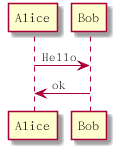
This is draw/plantuml/rest/rest28.png from lsytj0413/learn-note, a PlantUML export, as it was before one commit. The source it was exported from:
```plantuml
@startuml

Alice->Bob : Hello
Bob->Alice : ok

@enduml
```
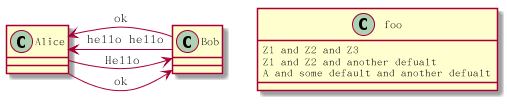
The same file after the commit.

Diff of the diagram source:
```diff
@@ -3,4 +3,14 @@
 Alice->Bob : Hello
 Bob->Alice : ok
 
+
+Bob -> Alice : hello hello
+Alice -> Bob : ok
+
+class foo {
+Z1 and Z2 and Z3
+Z1 and Z2 and another defualt
+A and some default and another defualt
+}
+
 @enduml
```
